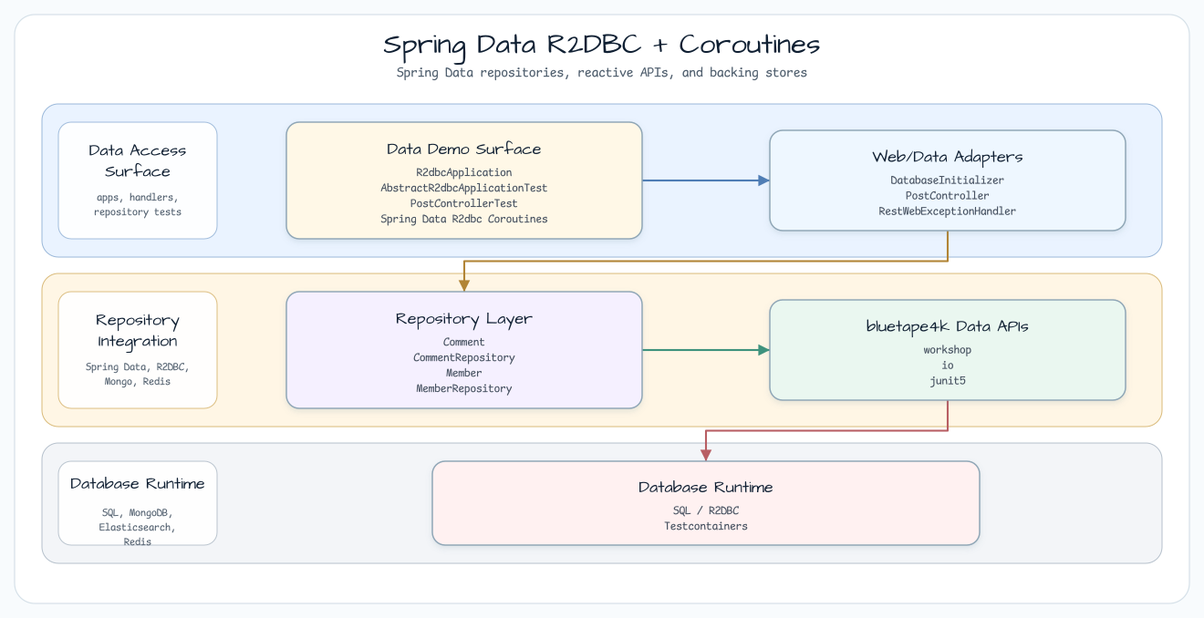
This is docs/images/readme-diagrams/spring-data-r2dbc-coroutines-readme-architecture-01.png from bluetape4k/bluetape4k-workshop, a Graphviz export, as it was before one commit. Its source is kept beside it as docs/images/readme-diagrams/spring-data-r2dbc-coroutines-readme-architecture-01.dot.
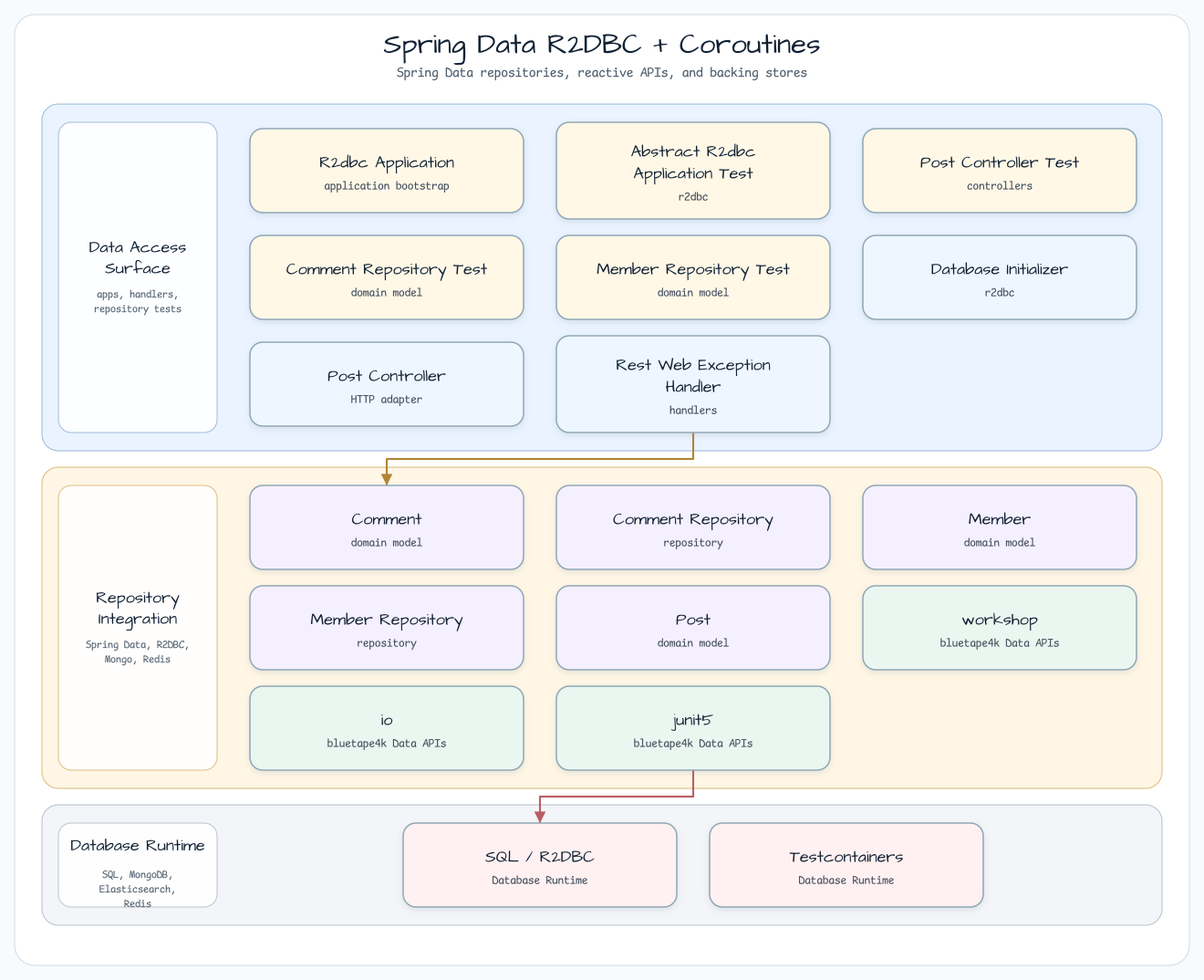
Above is the later version.

What changed in the source:
```diff
@@ -26,14 +26,25 @@
     fontsize=11
   ];
 
-  entry [label="Data Demo Surface\nR2dbcApplication\nAbstractR2dbcApplicationTest\nPostControllerTest\nSpring Data R2dbc Coroutines", fillcolor="#FFF8E7"];
-  api [label="Web/Data Adapters\nDatabaseInitializer\nPostController\nRestWebExceptionHandler", fillcolor="#EEF7FF"];
-  infra [label="Repository Layer\nComment\nCommentRepository\nMember\nMemberRepository", fillcolor="#F5F0FF"];
-  bt [label="bluetape4k Data APIs\nworkshop\nio\njunit5", fillcolor="#EAF7F0"];
-  runtime [label="Database Runtime\nSQL / R2DBC\nTestcontainers", fillcolor="#FFF1F1"];
+  entry0 [label="R2dbc Application\napplication bootstrap", fillcolor="#FFF8E7"];
+  entry1 [label="Abstract R2dbc Application Test\nr2dbc", fillcolor="#FFF8E7"];
+  entry2 [label="Post Controller Test\ncontrollers", fillcolor="#FFF8E7"];
+  entry3 [label="Comment Repository Test\ndomain model", fillcolor="#FFF8E7"];
+  entry4 [label="Member Repository Test\ndomain model", fillcolor="#FFF8E7"];
+  api0 [label="Database Initializer\nr2dbc", fillcolor="#EEF7FF"];
+  api1 [label="Post Controller\nHTTP adapter", fillcolor="#EEF7FF"];
+  api2 [label="Rest Web Exception Handler\nhandlers", fillcolor="#EEF7FF"];
+  infra0 [label="Comment\ndomain model", fillcolor="#F5F0FF"];
+  infra1 [label="Comment Repository\nrepository", fillcolor="#F5F0FF"];
+  infra2 [label="Member\ndomain model", fillcolor="#F5F0FF"];
+  infra3 [label="Member Repository\nrepository", fillcolor="#F5F0FF"];
+  infra4 [label="Post\ndomain model", fillcolor="#F5F0FF"];
+  bt0 [label="workshop\nbluetape4k Data APIs", fillcolor="#EAF7F0"];
+  bt1 [label="io\nbluetape4k Data APIs", fillcolor="#EAF7F0"];
+  bt2 [label="junit5\nbluetape4k Data APIs", fillcolor="#EAF7F0"];
+  runtime0 [label="SQL / R2DBC\nDatabase Runtime", fillcolor="#FFF1F1"];
+  runtime1 [label="Testcontainers\nDatabase Runtime", fillcolor="#FFF1F1"];
 
-  entry -> api [label="invokes"];
-  api -> infra [label="persists / publishes"];
-  infra -> bt [label="extends"];
-  bt -> runtime [label="adapts"];
+  api2 -> infra0 [label="uses"];
+  bt2 -> runtime0 [label="adapts"];
 }
```
